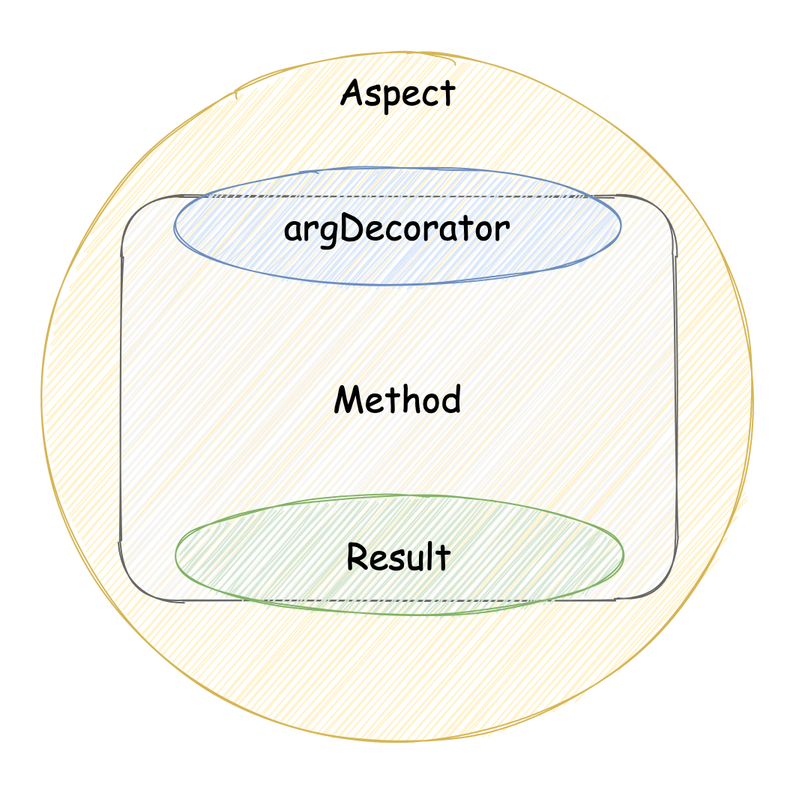
hengg/umajs-demo keeps this draw.io diagram as docs/imgs/method.png. Above is the earlier version. Source tidied: cells renumbered, new cells last; positions are measured from the earlier drawing's top-left corner, leaving out a move shared by most shapes. Source of this version:
```xml
<mxGraphModel>
  <root>
    <mxCell id="0" />
    <mxCell id="1" parent="0" />
    <mxCell id="2" style="whiteSpace=wrap;html=1;sketch=1;fontFamily=Comic Sans MS;fontSize=24;strokeColor=none;" parent="1" vertex="1">
      <mxGeometry width="530" height="530" as="geometry" />
    </mxCell>
    <mxCell id="3" style="ellipse;whiteSpace=wrap;html=1;sketch=1;fontFamily=Comic Sans MS;fontSize=24;fillColor=#fff2cc;strokeColor=#d6b656;" parent="1" vertex="1">
      <mxGeometry x="35" y="35" width="460" height="460" as="geometry" />
    </mxCell>
    <mxCell id="4" style="rounded=1;whiteSpace=wrap;html=1;sketch=1;fillColor=#f5f5f5;strokeColor=#666666;fontColor=#333333;" parent="1" vertex="1">
      <mxGeometry x="80" y="130" width="370" height="270" as="geometry" />
    </mxCell>
    <mxCell id="5" value="Method" style="text;html=1;strokeColor=none;fillColor=none;align=center;verticalAlign=middle;whiteSpace=wrap;rounded=0;sketch=1;fontSize=24;fontFamily=Comic Sans MS;" parent="1" vertex="1">
      <mxGeometry x="245" y="255" width="40" height="20" as="geometry" />
    </mxCell>
    <mxCell id="6" value="argDecorator" style="ellipse;whiteSpace=wrap;html=1;sketch=1;fontFamily=Comic Sans MS;fontSize=24;fillColor=#dae8fc;strokeColor=#6c8ebf;" parent="1" vertex="1">
      <mxGeometry x="120" y="110" width="290" height="80" as="geometry" />
    </mxCell>
    <mxCell id="7" value="Result" style="ellipse;whiteSpace=wrap;html=1;sketch=1;fontFamily=Comic Sans MS;fontSize=24;fillColor=#d5e8d4;strokeColor=#82b366;" parent="1" vertex="1">
      <mxGeometry x="121" y="330" width="290" height="80" as="geometry" />
    </mxCell>
    <mxCell id="8" value="Aspect" style="text;html=1;strokeColor=none;fillColor=none;align=center;verticalAlign=middle;whiteSpace=wrap;rounded=0;sketch=1;fontFamily=Comic Sans MS;fontSize=24;" parent="1" vertex="1">
      <mxGeometry x="245" y="50" width="40" height="20" as="geometry" />
    </mxCell>
  </root>
</mxGraphModel>
```
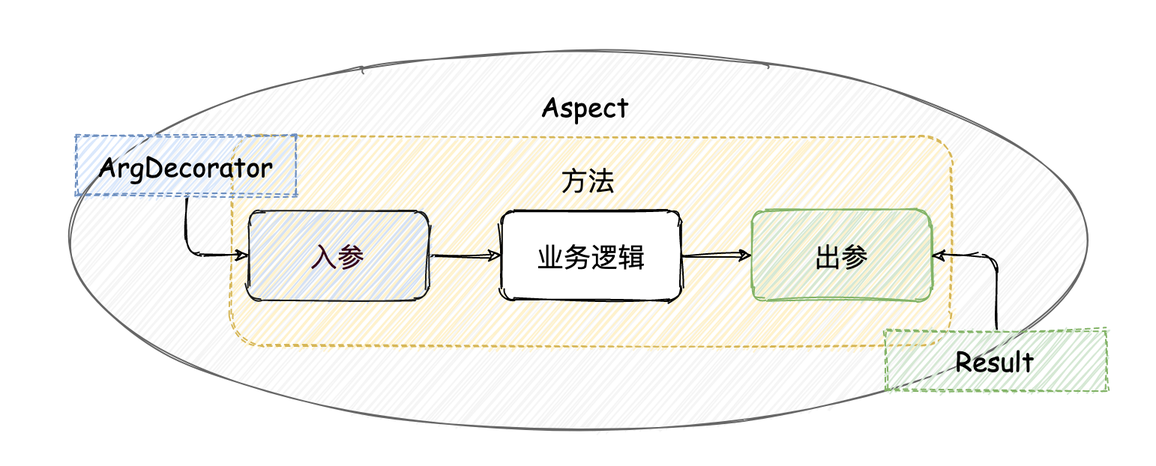
Later version of the same file.

The edit, as a diff of the source:
```diff
@@ -2,26 +2,47 @@
   <root>
     <mxCell id="0" />
     <mxCell id="1" parent="0" />
-    <mxCell id="2" style="whiteSpace=wrap;html=1;sketch=1;fontFamily=Comic Sans MS;fontSize=24;strokeColor=none;" parent="1" vertex="1">
-      <mxGeometry width="530" height="530" as="geometry" />
+    <mxCell id="2" style="ellipse;whiteSpace=wrap;html=1;sketch=1;fillColor=#f5f5f5;fontSize=18;strokeColor=#666666;fontColor=#333333;" parent="1" vertex="1">
+      <mxGeometry x="-510" y="-760" width="650" height="260" as="geometry" />
     </mxCell>
-    <mxCell id="3" style="ellipse;whiteSpace=wrap;html=1;sketch=1;fontFamily=Comic Sans MS;fontSize=24;fillColor=#fff2cc;strokeColor=#d6b656;" parent="1" vertex="1">
-      <mxGeometry x="35" y="35" width="460" height="460" as="geometry" />
+    <mxCell id="3" style="rounded=1;whiteSpace=wrap;html=1;fillColor=#fff2cc;sketch=1;dashed=1;strokeColor=#d6b656;" parent="1" vertex="1">
+      <mxGeometry x="-416.2" y="-700" width="480" height="140" as="geometry" />
     </mxCell>
-    <mxCell id="4" style="rounded=1;whiteSpace=wrap;html=1;sketch=1;fillColor=#f5f5f5;strokeColor=#666666;fontColor=#333333;" parent="1" vertex="1">
-      <mxGeometry x="80" y="130" width="370" height="270" as="geometry" />
+    <mxCell id="4" style="edgeStyle=orthogonalEdgeStyle;curved=1;sketch=1;jettySize=auto;html=1;exitX=1;exitY=0.5;exitDx=0;exitDy=0;entryX=0;entryY=0.5;entryDx=0;entryDy=0;fontFamily=Comic Sans MS;fontSize=18;fontColor=#000000;" parent="1" edge="1" source="5" target="7">
+      <mxGeometry relative="1" as="geometry" />
     </mxCell>
-    <mxCell id="5" value="Method" style="text;html=1;strokeColor=none;fillColor=none;align=center;verticalAlign=middle;whiteSpace=wrap;rounded=0;sketch=1;fontSize=24;fontFamily=Comic Sans MS;" parent="1" vertex="1">
-      <mxGeometry x="245" y="255" width="40" height="20" as="geometry" />
+    <mxCell id="5" value="入参" style="rounded=1;whiteSpace=wrap;html=1;labelBackgroundColor=none;sketch=1;strokeColor=#1A1A1A;fillColor=#D4E1F5;fontFamily=Comic Sans MS;fontSize=18;fontColor=#33001A;" parent="1" vertex="1">
+      <mxGeometry x="-404.8" y="-650" width="120" height="60" as="geometry" />
     </mxCell>
-    <mxCell id="6" value="argDecorator" style="ellipse;whiteSpace=wrap;html=1;sketch=1;fontFamily=Comic Sans MS;fontSize=24;fillColor=#dae8fc;strokeColor=#6c8ebf;" parent="1" vertex="1">
-      <mxGeometry x="120" y="110" width="290" height="80" as="geometry" />
+    <mxCell id="6" style="edgeStyle=orthogonalEdgeStyle;curved=1;sketch=1;jettySize=auto;html=1;exitX=1;exitY=0.5;exitDx=0;exitDy=0;fontFamily=Comic Sans MS;fontSize=18;fontColor=#000000;" parent="1" edge="1" source="7" target="8">
+      <mxGeometry relative="1" as="geometry" />
     </mxCell>
-    <mxCell id="7" value="Result" style="ellipse;whiteSpace=wrap;html=1;sketch=1;fontFamily=Comic Sans MS;fontSize=24;fillColor=#d5e8d4;strokeColor=#82b366;" parent="1" vertex="1">
-      <mxGeometry x="121" y="330" width="290" height="80" as="geometry" />
+    <mxCell id="7" value="业务逻辑" style="rounded=1;whiteSpace=wrap;html=1;labelBackgroundColor=none;sketch=1;fontFamily=Comic Sans MS;fontSize=18;" parent="1" vertex="1">
+      <mxGeometry x="-236.2" y="-650" width="120" height="60" as="geometry" />
     </mxCell>
-    <mxCell id="8" value="Aspect" style="text;html=1;strokeColor=none;fillColor=none;align=center;verticalAlign=middle;whiteSpace=wrap;rounded=0;sketch=1;fontFamily=Comic Sans MS;fontSize=24;" parent="1" vertex="1">
-      <mxGeometry x="245" y="50" width="40" height="20" as="geometry" />
+    <mxCell id="8" value="出参" style="rounded=1;whiteSpace=wrap;html=1;labelBackgroundColor=none;sketch=1;strokeColor=#82b366;fillColor=#d5e8d4;fontFamily=Comic Sans MS;fontSize=18;" parent="1" vertex="1">
+      <mxGeometry x="-69" y="-650" width="120" height="60" as="geometry" />
     </mxCell>
+    <mxCell id="9" value="方法" style="text;html=1;strokeColor=none;fillColor=none;align=center;verticalAlign=middle;whiteSpace=wrap;rounded=0;dashed=1;sketch=1;fontSize=18;" parent="1" vertex="1">
+      <mxGeometry x="-198.5" y="-680" width="40" height="20" as="geometry" />
+    </mxCell>
+    <mxCell id="10" value="Aspect" style="text;html=1;strokeColor=none;fillColor=none;align=center;verticalAlign=middle;whiteSpace=wrap;rounded=0;dashed=1;sketch=1;fontSize=18;fontFamily=Comic Sans MS;" parent="1" vertex="1">
+      <mxGeometry x="-200.5" y="-730" width="40" height="20" as="geometry" />
+    </mxCell>
+    <mxCell id="11" style="edgeStyle=orthogonalEdgeStyle;rounded=1;sketch=1;jettySize=auto;html=1;entryX=0;entryY=0.5;entryDx=0;entryDy=0;fontFamily=Comic Sans MS;fontSize=18;" parent="1" edge="1" source="12" target="5">
+      <mxGeometry relative="1" as="geometry" />
+    </mxCell>
+    <mxCell id="12" value="ArgDecorator" style="text;html=1;strokeColor=#6c8ebf;fillColor=#dae8fc;align=center;verticalAlign=middle;whiteSpace=wrap;rounded=0;dashed=1;sketch=1;fontSize=18;fontFamily=Comic Sans MS;" parent="1" vertex="1">
+      <mxGeometry x="-520" y="-700" width="147.2" height="40" as="geometry" />
+    </mxCell>
+    <mxCell id="13" style="edgeStyle=orthogonalEdgeStyle;rounded=1;sketch=1;jettySize=auto;html=1;entryX=1;entryY=0.5;entryDx=0;entryDy=0;fontFamily=Comic Sans MS;fontSize=18;" parent="1" edge="1" source="14" target="8">
+      <mxGeometry relative="1" as="geometry" />
+    </mxCell>
+    <mxCell id="14" value="Result" style="text;html=1;strokeColor=#82b366;fillColor=#d5e8d4;align=center;verticalAlign=middle;whiteSpace=wrap;rounded=0;dashed=1;sketch=1;fontSize=18;fontFamily=Comic Sans MS;" parent="1" vertex="1">
+      <mxGeometry x="20" y="-570" width="147.2" height="40" as="geometry" />
+    </mxCell>
+    <mxCell id="15" style="rounded=0;whiteSpace=wrap;html=1;sketch=1;fillColor=none;fontFamily=Comic Sans MS;fontSize=18;strokeColor=none;" parent="1" vertex="1">
+      <mxGeometry x="-570" y="-790" width="770" height="310" as="geometry" />
+    </mxCell>
   </root>
 </mxGraphModel>
```
